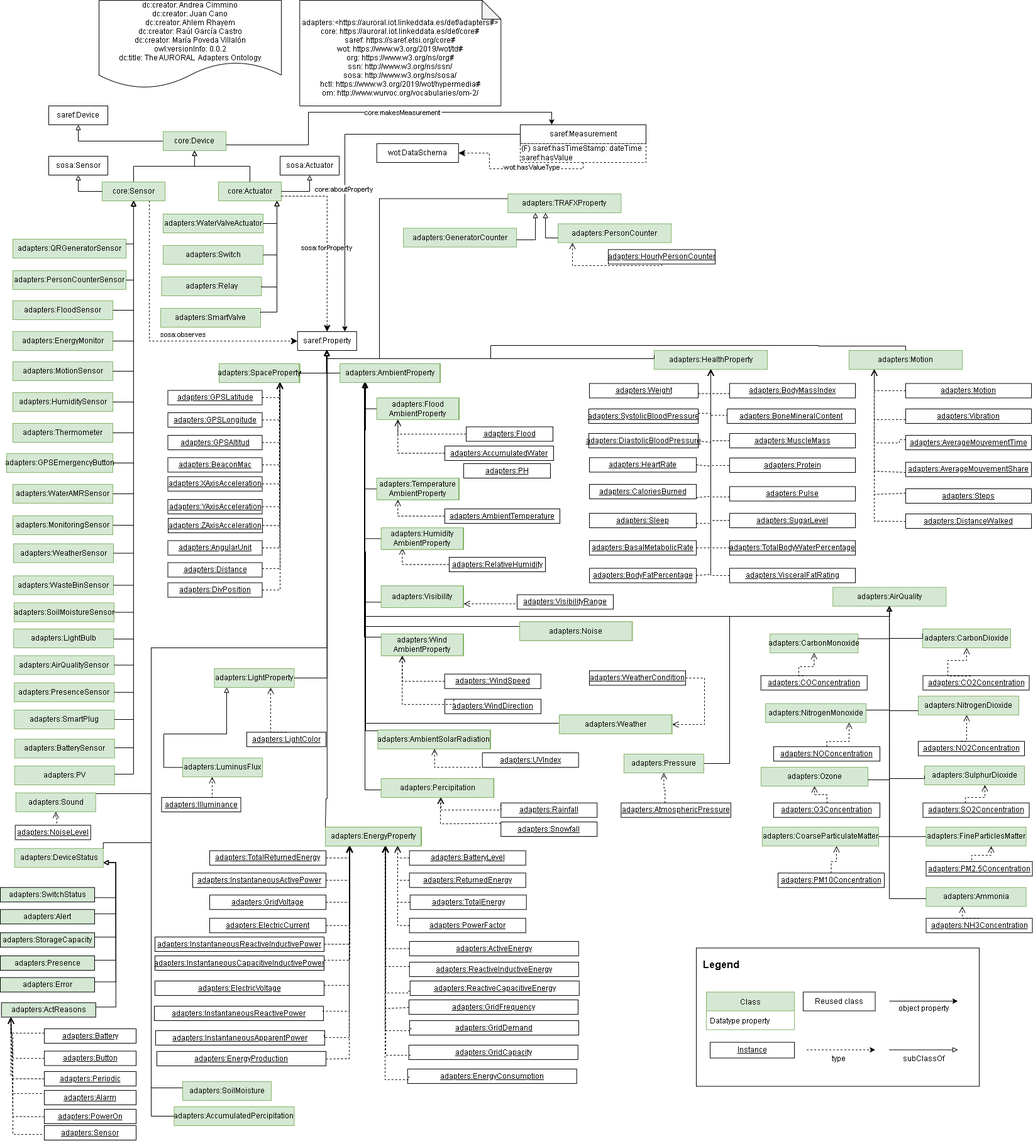
Above: Diagrams/adapters.png in oeg-upm/auroral-adapters-ontology (draw.io), before the change. Source tidied: cells renumbered, new cells last; positions are measured from the earlier drawing's top-left corner, leaving out a move shared by most shapes.
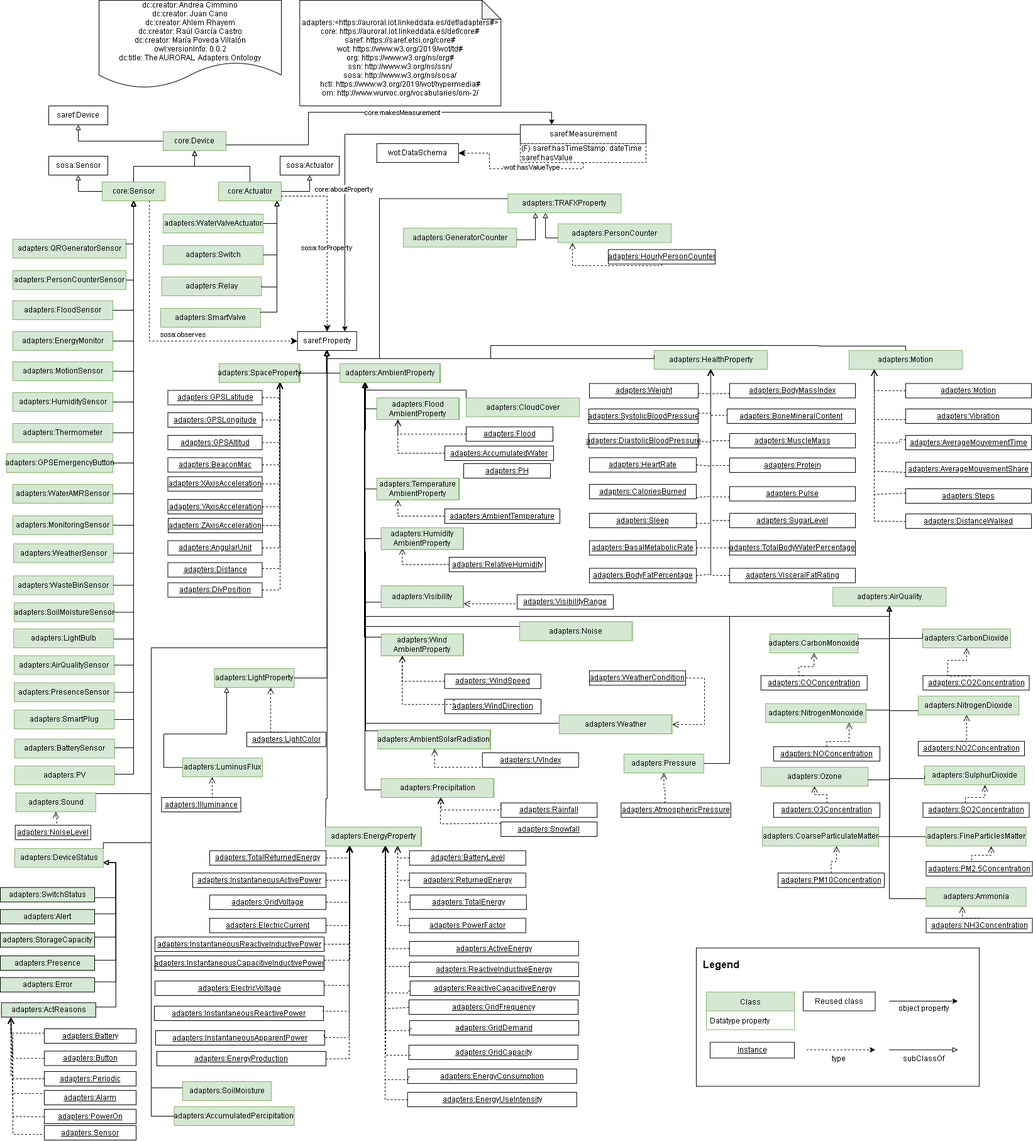
The same diagram one commit later.

Change to the diagram source:
```diff
@@ -790,7 +790,7 @@
     <mxCell id="197" value="adapters:Visibility" style="rounded=0;html=1;fillColor=#d5e8d4;strokeColor=#82b366;verticalAlign=middle;whiteSpace=wrap;" parent="1" vertex="1">
       <mxGeometry x="605.8" y="931.5" width="130.2" height="34.5" as="geometry" />
     </mxCell>
-    <mxCell id="198" value="adapters:Percipitation" style="rounded=0;whiteSpace=wrap;html=1;fillColor=#d5e8d4;strokeColor=#82b366;" parent="1" vertex="1">
+    <mxCell id="198" value="adapters:Precipitation" style="rounded=0;whiteSpace=wrap;html=1;fillColor=#d5e8d4;strokeColor=#82b366;" parent="1" vertex="1">
       <mxGeometry x="605.8" y="1238" width="178.6" height="30" as="geometry" />
     </mxCell>
     <mxCell id="199" value="adapters:Weather" style="rounded=0;whiteSpace=wrap;html=1;fillColor=#d5e8d4;strokeColor=#82b366;" parent="1" vertex="1">
@@ -1581,5 +1581,26 @@
         </Array>
       </mxGeometry>
     </mxCell>
+    <mxCell id="353" value="&lt;u&gt;adapters:&lt;/u&gt;&lt;u&gt;EnergyUseIntensity&lt;/u&gt;" style="rounded=0;whiteSpace=wrap;html=1;snapToPoint=1;points=[[0.1,0],[0.2,0],[0.3,0],[0.4,0],[0.5,0],[0.6,0],[0.7,0],[0.8,0],[0.9,0],[0,0.1],[0,0.3],[0,0.5],[0,0.7],[0,0.9],[0.1,1],[0.2,1],[0.3,1],[0.4,1],[0.5,1],[0.6,1],[0.7,1],[0.8,1],[0.9,1],[1,0.1],[1,0.3],[1,0.5],[1,0.7],[1,0.9]];" parent="1" vertex="1">
+      <mxGeometry x="647.8" y="1737" width="269" height="23" as="geometry" />
+    </mxCell>
+    <mxCell id="354" style="endArrow=open;html=1;fontColor=#000099;endFill=0;dashed=1;endSize=8;edgeStyle=orthogonalEdgeStyle;arcSize=0;" parent="1" edge="1" source="353" target="184">
+      <mxGeometry relative="1" as="geometry">
+        <Array as="points">
+          <mxPoint x="612" y="1749" />
+        </Array>
+      </mxGeometry>
+    </mxCell>
+    <mxCell id="355" value="adapters:CloudCover" style="rounded=0;whiteSpace=wrap;html=1;fillColor=#d5e8d4;strokeColor=#82b366;" parent="1" vertex="1">
+      <mxGeometry x="741" y="632.5" width="180" height="30" as="geometry" />
+    </mxCell>
+    <mxCell id="356" style="edgeStyle=orthogonalEdgeStyle;rounded=0;jettySize=auto;html=1;fontSize=11;endArrow=block;endFill=0;" parent="1" edge="1" source="355" target="183">
+      <mxGeometry relative="1" as="geometry">
+        <Array as="points">
+          <mxPoint x="741" y="620" />
+          <mxPoint x="580" y="620" />
+        </Array>
+      </mxGeometry>
+    </mxCell>
   </root>
 </mxGraphModel>
```
